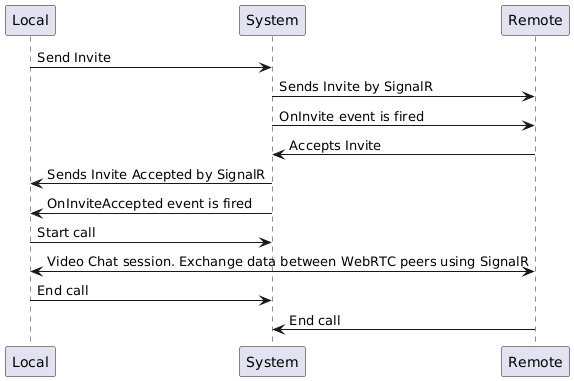
Earlier version of the PlantUML export Docs/VideoChatSequenceDiagram.png (VeritasSoftware/WebRTC).
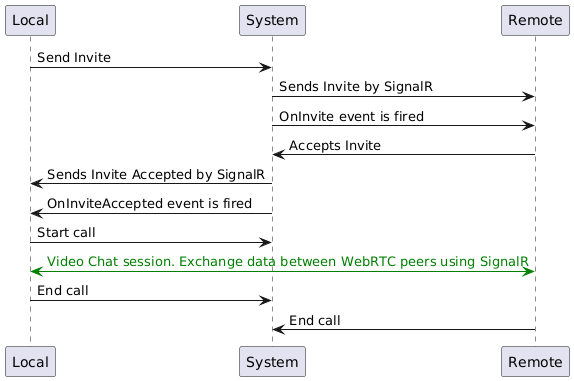
The same diagram one commit later.

Commit message:
updated sequence diagram.

The edit, as a diff of the source:
```diff
@@ -1,4 +1,11 @@
 @startuml
+<style>
+    .myGreenArrow {
+      LineColor #Green
+      FontColor #Green
+    }
+</style>
+
 Local -> System: Send Invite
 System -> Remote: Sends Invite by SignalR
 System -> Remote: OnInvite event is fired
@@ -6,7 +13,7 @@
 System -> Local: Sends Invite Accepted by SignalR
 System -> Local: OnInviteAccepted event is fired
 Local -> System: Start call
-Local <-> Remote: Video Chat session. Exchange data between WebRTC peers using SignalR
+Local <-> Remote <<myGreenArrow>>: Video Chat session. Exchange data between WebRTC peers using SignalR
 Local -> System: End call
 Remote -> System: End call
 @enduml
```
